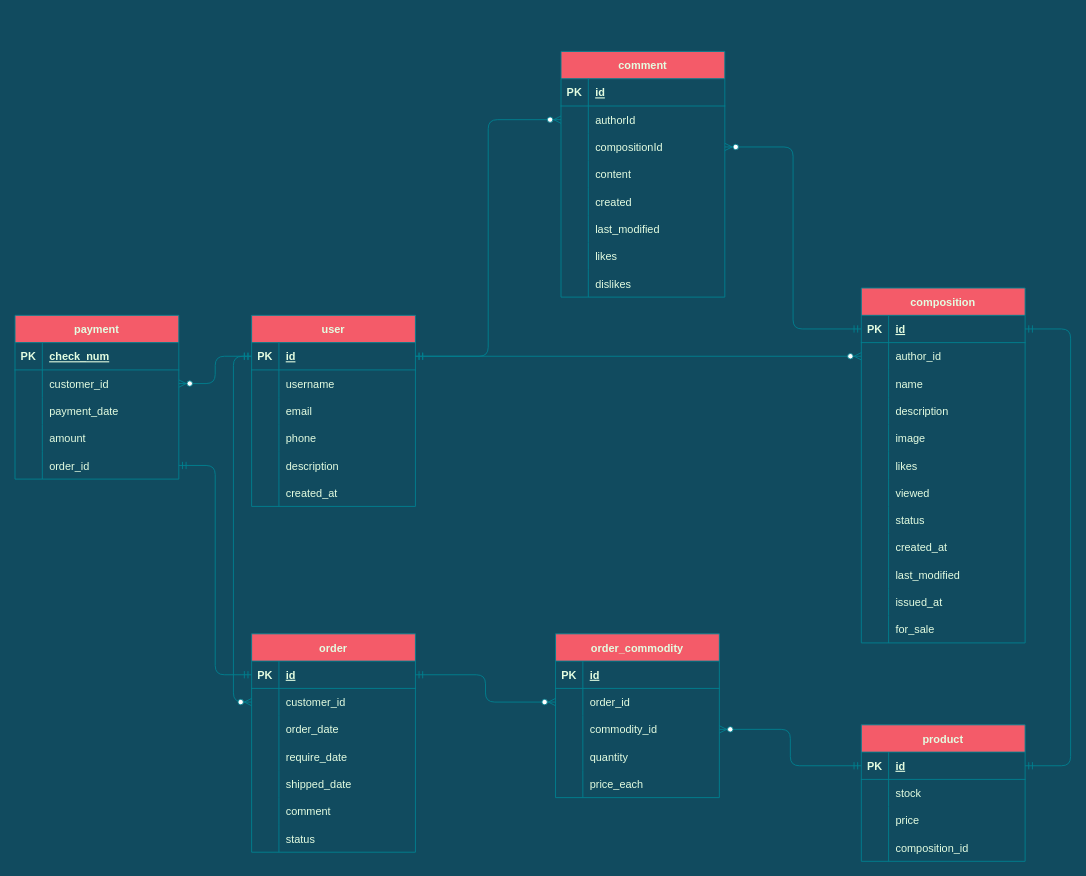
youya-edu/design_in_china_backend keeps this draw.io diagram as design/erd.drawio. Above is the earlier version. Source tidied: cells renumbered, new cells numbered last; positions are measured from the earlier drawing's top-left corner, leaving out a move shared by most shapes. Both pictures are drawn from the tidied source at 91%, with x=0, y=0 at pixel (15, 51).
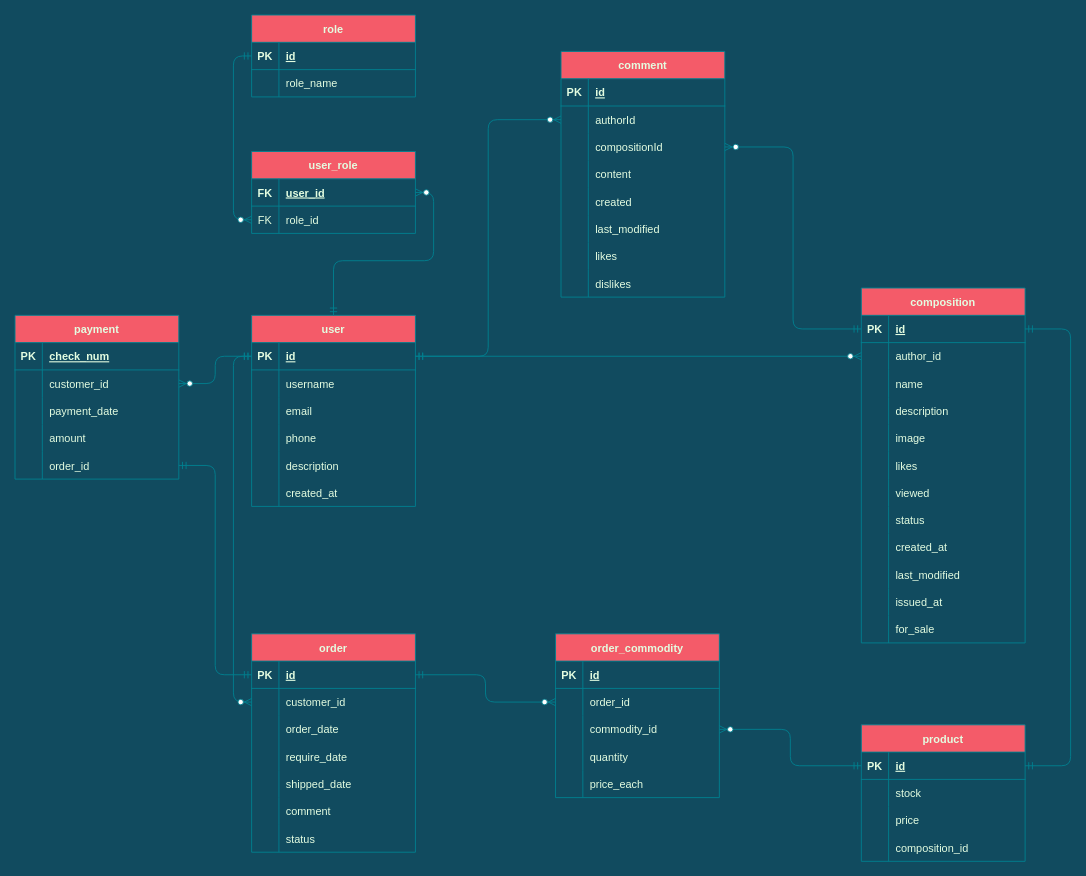
Above is the later version.

Unchanged cells that the change refers to:
```xml
<mxCell id="2" value="user" style="shape=table;startSize=30;childLayout=tableLayout;rowLines=0;fontStyle=1;align=center;rounded=0;sketch=0;strokeColor=#028090;fillColor=#F45B69;fontColor=#E4FDE1;" parent="1" vertex="1">
  <mxGeometry x="260" y="290" width="180" height="210" as="geometry" />
</mxCell>
```

Diff of the diagram source:
```diff
@@
+    <mxCell id="159" style="edgeStyle=orthogonalEdgeStyle;curved=0;rounded=1;sketch=0;jettySize=auto;html=1;exitX=0.5;exitY=0;exitDx=0;exitDy=0;startArrow=ERmandOne;startFill=0;endArrow=ERzeroToMany;endFill=1;strokeColor=#028090;fillColor=#F45B69;fontColor=#E4FDE1;entryX=1;entryY=0.5;entryDx=0;entryDy=0;" parent="1" edge="1" source="2" target="162">
+      <mxGeometry relative="1" as="geometry" />
+    </mxCell>
+    <mxCell id="160" style="edgeStyle=orthogonalEdgeStyle;curved=0;rounded=1;sketch=0;jettySize=auto;html=1;exitX=0;exitY=0.5;exitDx=0;exitDy=0;startArrow=ERmandOne;startFill=0;endArrow=ERzeroToMany;endFill=1;strokeColor=#028090;fillColor=#F45B69;fontColor=#E4FDE1;entryX=0;entryY=0.5;entryDx=0;entryDy=0;" parent="1" edge="1" source="169" target="165">
+      <mxGeometry relative="1" as="geometry" />
+    </mxCell>
+    <mxCell id="161" value="user_role" style="shape=table;startSize=30;childLayout=tableLayout;rowLines=0;fontStyle=1;align=center;rounded=0;sketch=0;strokeColor=#028090;fillColor=#F45B69;fontColor=#E4FDE1;" parent="1" vertex="1">
+      <mxGeometry x="260" y="110" width="180" height="90" as="geometry" />
+    </mxCell>
+    <mxCell id="162" style="shape=partialRectangle;fillColor=none;top=0;left=0;bottom=1;right=0;points=[[0,0.5],[1,0.5]];portConstraint=eastwest;strokeColor=#028090;fontColor=#E4FDE1;" parent="161" vertex="1">
+      <mxGeometry y="30" width="180" height="30" as="geometry" />
+    </mxCell>
+    <mxCell id="163" value="FK" style="shape=partialRectangle;fillColor=none;top=0;left=0;bottom=0;right=0;fontStyle=1;overflow=hidden;strokeColor=#028090;fontColor=#E4FDE1;" parent="162" vertex="1">
+      <mxGeometry width="30" height="30" as="geometry" />
+    </mxCell>
+    <mxCell id="164" value="user_id" style="shape=partialRectangle;fillColor=none;top=0;left=0;bottom=0;right=0;align=left;spacingLeft=6;fontStyle=5;overflow=hidden;strokeColor=#028090;fontColor=#E4FDE1;" parent="162" vertex="1">
+      <mxGeometry x="30" width="150" height="30" as="geometry" />
+    </mxCell>
+    <mxCell id="165" style="shape=partialRectangle;fillColor=none;top=0;left=0;bottom=0;right=0;points=[[0,0.5],[1,0.5]];portConstraint=eastwest;strokeColor=#028090;fontColor=#E4FDE1;" parent="161" vertex="1">
+      <mxGeometry y="60" width="180" height="30" as="geometry" />
+    </mxCell>
+    <mxCell id="166" value="FK" style="shape=partialRectangle;fillColor=none;top=0;left=0;bottom=0;right=0;overflow=hidden;strokeColor=#028090;fontColor=#E4FDE1;" parent="165" vertex="1">
+      <mxGeometry width="30" height="30" as="geometry" />
+    </mxCell>
+    <mxCell id="167" value="role_id" style="shape=partialRectangle;fillColor=none;top=0;left=0;bottom=0;right=0;align=left;spacingLeft=6;overflow=hidden;strokeColor=#028090;fontColor=#E4FDE1;" parent="165" vertex="1">
+      <mxGeometry x="30" width="150" height="30" as="geometry" />
+    </mxCell>
+    <mxCell id="168" value="role" style="shape=table;startSize=30;childLayout=tableLayout;rowLines=0;fontStyle=1;align=center;rounded=0;sketch=0;strokeColor=#028090;fillColor=#F45B69;fontColor=#E4FDE1;" parent="1" vertex="1">
+      <mxGeometry x="260" y="-40" width="180" height="90" as="geometry" />
+    </mxCell>
+    <mxCell id="169" style="shape=partialRectangle;fillColor=none;top=0;left=0;bottom=1;right=0;points=[[0,0.5],[1,0.5]];portConstraint=eastwest;strokeColor=#028090;fontColor=#E4FDE1;" parent="168" vertex="1">
+      <mxGeometry y="30" width="180" height="30" as="geometry" />
+    </mxCell>
+    <mxCell id="170" value="PK" style="shape=partialRectangle;fillColor=none;top=0;left=0;bottom=0;right=0;fontStyle=1;overflow=hidden;strokeColor=#028090;fontColor=#E4FDE1;" parent="169" vertex="1">
+      <mxGeometry width="30" height="30" as="geometry" />
+    </mxCell>
+    <mxCell id="171" value="id" style="shape=partialRectangle;fillColor=none;top=0;left=0;bottom=0;right=0;align=left;spacingLeft=6;fontStyle=5;overflow=hidden;strokeColor=#028090;fontColor=#E4FDE1;" parent="169" vertex="1">
+      <mxGeometry x="30" width="150" height="30" as="geometry" />
+    </mxCell>
+    <mxCell id="172" style="shape=partialRectangle;fillColor=none;top=0;left=0;bottom=0;right=0;strokeColor=#028090;fontColor=#E4FDE1;" parent="168" vertex="1">
+      <mxGeometry y="60" width="180" height="30" as="geometry" />
+    </mxCell>
+    <mxCell id="173" style="shape=partialRectangle;fillColor=none;top=0;left=0;bottom=0;right=0;overflow=hidden;strokeColor=#028090;fontColor=#E4FDE1;" parent="172" vertex="1">
+      <mxGeometry width="30" height="30" as="geometry" />
+    </mxCell>
+    <mxCell id="174" value="role_name" style="shape=partialRectangle;fillColor=none;top=0;left=0;bottom=0;right=0;align=left;spacingLeft=6;overflow=hidden;strokeColor=#028090;fontColor=#E4FDE1;" parent="172" vertex="1">
+      <mxGeometry x="30" width="150" height="30" as="geometry" />
+    </mxCell>
```
